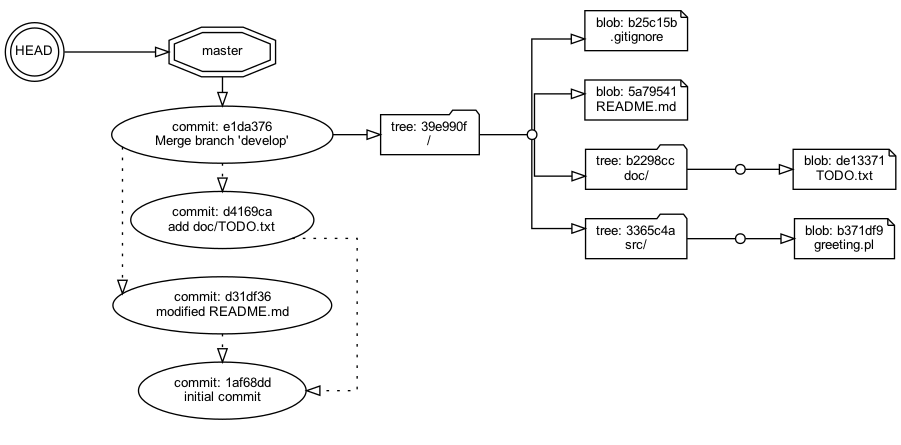
The Graphviz diagram work/dessin.png in kazurayam/kazurayam-git-repository-visitor, before a commit. Its source is kept beside it as work/dessin.dot.
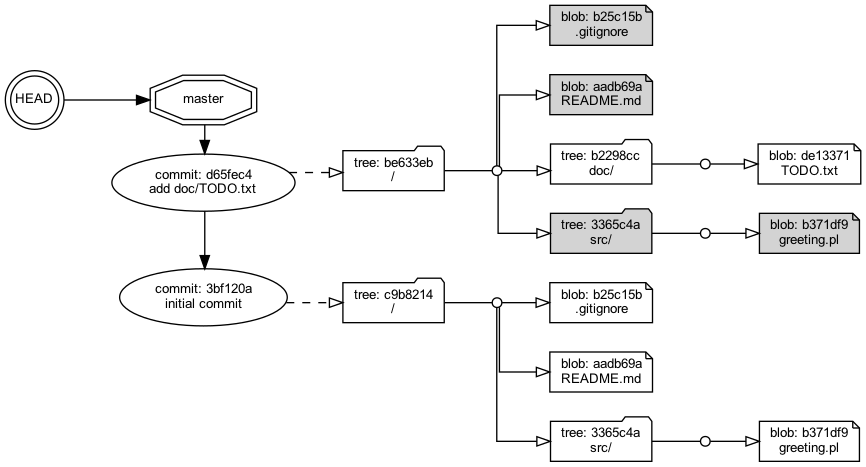
After the change.

Diff of the diagram source:
```diff
@@ -4,63 +4,67 @@
 	graph [layout=dot nodesep=0.3 rank=max rankdir=LR ranksep=0.5 splines=ortho]
 	HEAD [label=HEAD fixedsize=true shape=doublecircle width=0.5]
 	master [label=master shape=doubleoctagon width=0.3]
-	master -> e1da37634cde82a405719ba230a8f79bca2bfb69 [constraint=false minlen=1 weight=2]
-	e1da37634cde82a405719ba230a8f79bca2bfb69 [label="commit: e1da376
-Merge branch 'develop'" shape=ellipse]
-	e1da37634cde82a405719ba230a8f79bca2bfb69 -> e1da376_39e990f [weight=2]
-	e1da376_39e990f [label="tree: 39e990f
+	master -> d65fec48140f4e1753cdd050c25cbba247d01516 [arrowhead=normal constraint=false minlen=1 weight=2]
+	d65fec48140f4e1753cdd050c25cbba247d01516 [label="commit: d65fec4
+add doc/TODO.txt" shape=ellipse]
+	d65fec48140f4e1753cdd050c25cbba247d01516 -> d65fec4_be633eb [style=dashed weight=2]
+	d65fec4_be633eb [label="tree: be633eb
 /" shape=folder]
-	e1da376_39e990f__ [shape=point width=0.1]
-	e1da376_39e990f -> e1da376_39e990f__ [arrowhead=none weight=4]
-	e1da376_b25c15b [label="blob: b25c15b
+	d65fec4_be633eb__ [shape=point width=0.1]
+	d65fec4_be633eb -> d65fec4_be633eb__ [arrowhead=none weight=4]
+	d65fec4_b25c15b [label="blob: b25c15b
 .gitignore"]
-	e1da376_39e990f__ -> e1da376_b25c15b
-	e1da376_5a79541 [label="blob: 5a79541
+	d65fec4_be633eb__ -> d65fec4_b25c15b
+	d65fec4_aadb69a [label="blob: aadb69a
 README.md"]
-	e1da376_39e990f__ -> e1da376_5a79541
-	e1da376_b2298cc [label="tree: b2298cc
+	d65fec4_be633eb__ -> d65fec4_aadb69a
+	d65fec4_b2298cc [label="tree: b2298cc
 doc/" shape=folder]
-	e1da376_b2298cc__ [shape=point width=0.1]
-	e1da376_b2298cc -> e1da376_b2298cc__ [arrowhead=none weight=4]
-	e1da376_de13371 [label="blob: de13371
+	d65fec4_b2298cc__ [shape=point width=0.1]
+	d65fec4_b2298cc -> d65fec4_b2298cc__ [arrowhead=none weight=4]
+	d65fec4_de13371 [label="blob: de13371
 TODO.txt"]
-	e1da376_b2298cc__ -> e1da376_de13371
-	e1da376_39e990f__ -> e1da376_b2298cc
-	e1da376_3365c4a [label="tree: 3365c4a
+	d65fec4_b2298cc__ -> d65fec4_de13371
+	d65fec4_be633eb__ -> d65fec4_b2298cc
+	d65fec4_3365c4a [label="tree: 3365c4a
 src/" shape=folder]
-	e1da376_3365c4a__ [shape=point width=0.1]
-	e1da376_3365c4a -> e1da376_3365c4a__ [arrowhead=none weight=4]
-	e1da376_b371df9 [label="blob: b371df9
+	d65fec4_3365c4a__ [shape=point width=0.1]
+	d65fec4_3365c4a -> d65fec4_3365c4a__ [arrowhead=none weight=4]
+	d65fec4_b371df9 [label="blob: b371df9
 greeting.pl"]
-	e1da376_3365c4a__ -> e1da376_b371df9
-	e1da376_39e990f__ -> e1da376_3365c4a
-
-
-
-
-	d4169cadd46b33a133f23c652e221a04cd8c8aea [label="commit: d4169ca
-add doc/TODO.txt" shape=ellipse]
-
-	d31df362a4482f3ca88fbad9e02d3a3462b12030 [label="commit: d31df36
-modified README.md" shape=ellipse]
-
-	"1af68ddd238033b91aec7137f4d924187f23d12e" [label="commit: 1af68dd
+	d65fec4_3365c4a__ -> d65fec4_b371df9
+	d65fec4_be633eb__ -> d65fec4_3365c4a
+	d65fec48140f4e1753cdd050c25cbba247d01516 -> "3bf120a34baa526c4bde3a8b89397b2bccc497e4" [arrowhead=normal constraint=false minlen=2]
+	"3bf120a34baa526c4bde3a8b89397b2bccc497e4" [label="commit: 3bf120a
 initial commit" shape=ellipse]
-
-
-	e1da37634cde82a405719ba230a8f79bca2bfb69 -> d31df362a4482f3ca88fbad9e02d3a3462b12030 [constraint=false style=dotted weight=0]
-	d31df362a4482f3ca88fbad9e02d3a3462b12030 -> "1af68ddd238033b91aec7137f4d924187f23d12e" [constraint=false style=dotted weight=0]
-    d4169cadd46b33a133f23c652e221a04cd8c8aea -> "1af68ddd238033b91aec7137f4d924187f23d12e" [constraint=false style=dotted weight=0]
-	e1da37634cde82a405719ba230a8f79bca2bfb69 -> d4169cadd46b33a133f23c652e221a04cd8c8aea [constraint=false style=dotted weight=0]
-
+	"3bf120a34baa526c4bde3a8b89397b2bccc497e4" -> "3bf120a_c9b8214" [style=dashed weight=2]
+	"3bf120a_c9b8214" [label="tree: c9b8214
+/" shape=folder]
+	"3bf120a_c9b8214__" [shape=point width=0.1]
+	"3bf120a_c9b8214" -> "3bf120a_c9b8214__" [arrowhead=none weight=4]
+	"3bf120a_b25c15b" [label="blob: b25c15b
+.gitignore"]
+	"3bf120a_c9b8214__" -> "3bf120a_b25c15b"
+	"3bf120a_aadb69a" [label="blob: aadb69a
+README.md"]
+	"3bf120a_c9b8214__" -> "3bf120a_aadb69a"
+	"3bf120a_3365c4a" [label="tree: 3365c4a
+src/" shape=folder]
+	"3bf120a_3365c4a__" [shape=point width=0.1]
+	"3bf120a_3365c4a" -> "3bf120a_3365c4a__" [arrowhead=none weight=4]
+	"3bf120a_b371df9" [label="blob: b371df9
+greeting.pl"]
+	"3bf120a_3365c4a__" -> "3bf120a_b371df9"
+	"3bf120a_c9b8214__" -> "3bf120a_3365c4a"
 	subgraph cluster_commits {
 		graph [color=white]
 		master
-		e1da37634cde82a405719ba230a8f79bca2bfb69
-		d4169cadd46b33a133f23c652e221a04cd8c8aea
-		d31df362a4482f3ca88fbad9e02d3a3462b12030
-		"1af68ddd238033b91aec7137f4d924187f23d12e"
-
+		d65fec48140f4e1753cdd050c25cbba247d01516
+		"3bf120a34baa526c4bde3a8b89397b2bccc497e4"
 	}
-	HEAD -> master [constraint=true minlen=1]
+	HEAD -> master [arrowhead=normal constraint=true minlen=1]
+	d65fec4_b25c15b [fillcolor=lightgrey]
+	d65fec4_aadb69a [fillcolor=lightgrey]
+	d65fec4_3365c4a [fillcolor=lightgrey]
+	d65fec4_b371df9 [fillcolor=lightgrey]
 }
```
